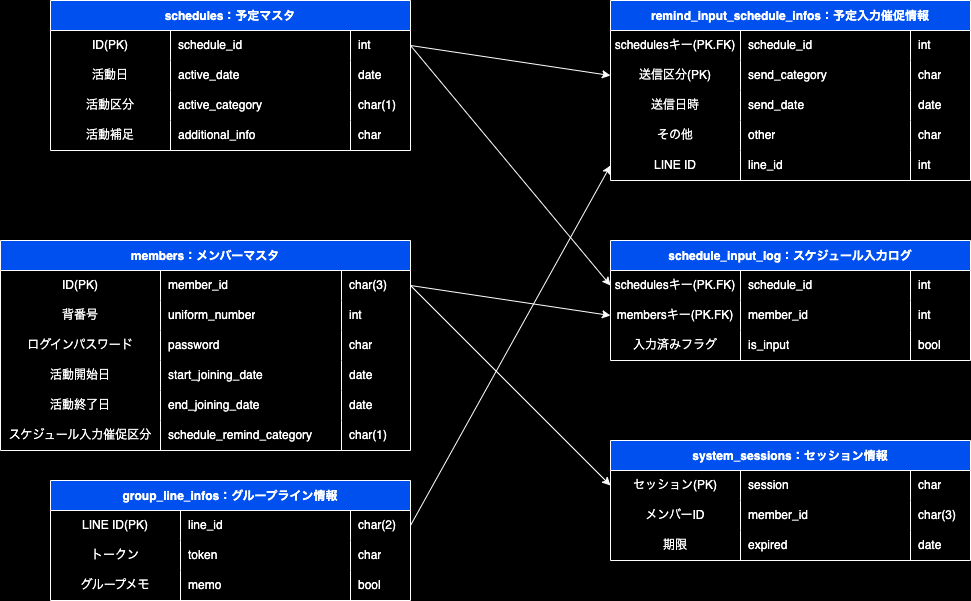
This is 03_テーブル/ER_figure.drawio.png from ShigaFreedom/document_freedom_system, a draw.io export, as it was before one commit. Source tidied: cells renumbered, new cells last; positions are measured from the earlier drawing's top-left corner, leaving out a move shared by most shapes.
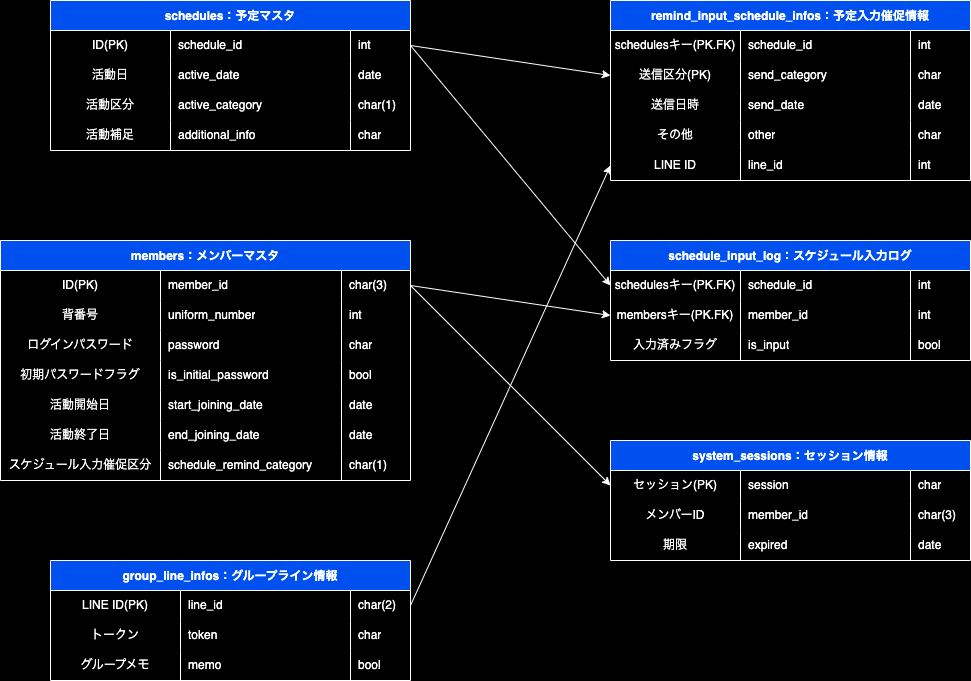
Above is the later version.

The edit, as a diff of the source:
```diff
@@ -117,7 +117,7 @@
       <mxGeometry x="300" width="60" height="30" as="geometry" />
     </mxCell>
     <mxCell id="40" value="members：メンバーマスタ" style="shape=table;startSize=30;rowLines=0;fontStyle=1;fillColor=#0050ef;fontColor=#FFFFFF;strokeColor=#FFFFFF;" parent="1" vertex="1">
-      <mxGeometry y="240" width="410" height="210" as="geometry" />
+      <mxGeometry y="240" width="410" height="240" as="geometry" />
     </mxCell>
     <mxCell id="41" style="shape=tableRow;horizontal=0;startSize=0;swimlaneHead=0;swimlaneBody=0;top=0;left=0;bottom=0;right=0;fillColor=none;points=[[0,0.5],[1,0.5]];portConstraint=eastwest;" parent="40" vertex="1">
       <mxGeometry y="30" width="410" height="30" as="geometry" />
@@ -155,8 +155,20 @@
     <mxCell id="52" value="char" style="shape=partialRectangle;html=1;whiteSpace=wrap;fillColor=none;top=0;left=0;bottom=0;right=0;align=left;spacingLeft=6;overflow=hidden;fontColor=#FFFFFF;" parent="49" vertex="1">
       <mxGeometry x="341" width="69" height="30" as="geometry" />
     </mxCell>
+    <mxCell id="109" style="shape=tableRow;horizontal=0;startSize=0;swimlaneHead=0;swimlaneBody=0;top=0;left=0;bottom=0;right=0;fillColor=none;" parent="40" vertex="1">
+      <mxGeometry y="120" width="410" height="30" as="geometry" />
+    </mxCell>
+    <mxCell id="110" value="初期パスワードフラグ" style="shape=partialRectangle;html=1;whiteSpace=wrap;fillColor=none;top=0;left=0;bottom=0;right=0;overflow=hidden;fontColor=#FFFFFF;" parent="109" vertex="1">
+      <mxGeometry width="160" height="30" as="geometry" />
+    </mxCell>
+    <mxCell id="111" value="is_initial_password" style="shape=partialRectangle;html=1;whiteSpace=wrap;fillColor=none;top=0;left=0;bottom=0;right=0;align=left;spacingLeft=6;overflow=hidden;fontColor=#FFFFFF;" parent="109" vertex="1">
+      <mxGeometry x="160" width="181" height="30" as="geometry" />
+    </mxCell>
+    <mxCell id="112" value="bool" style="shape=partialRectangle;html=1;whiteSpace=wrap;fillColor=none;top=0;left=0;bottom=0;right=0;align=left;spacingLeft=6;overflow=hidden;fontColor=#FFFFFF;" parent="109" vertex="1">
+      <mxGeometry x="341" width="69" height="30" as="geometry" />
+    </mxCell>
     <mxCell id="53" style="shape=tableRow;horizontal=0;startSize=0;swimlaneHead=0;swimlaneBody=0;top=0;left=0;bottom=0;right=0;fillColor=none;" parent="40" vertex="1">
-      <mxGeometry y="120" width="410" height="30" as="geometry" />
+      <mxGeometry y="150" width="410" height="30" as="geometry" />
     </mxCell>
     <mxCell id="54" value="活動開始日" style="shape=partialRectangle;html=1;whiteSpace=wrap;fillColor=none;top=0;left=0;bottom=0;right=0;overflow=hidden;fontColor=#FFFFFF;" parent="53" vertex="1">
       <mxGeometry width="160" height="30" as="geometry" />
@@ -168,7 +180,7 @@
       <mxGeometry x="341" width="69" height="30" as="geometry" />
     </mxCell>
     <mxCell id="57" style="shape=tableRow;horizontal=0;startSize=0;swimlaneHead=0;swimlaneBody=0;top=0;left=0;bottom=0;right=0;fillColor=none;" parent="40" vertex="1">
-      <mxGeometry y="150" width="410" height="30" as="geometry" />
+      <mxGeometry y="180" width="410" height="30" as="geometry" />
     </mxCell>
     <mxCell id="58" value="活動終了日" style="shape=partialRectangle;html=1;whiteSpace=wrap;fillColor=none;top=0;left=0;bottom=0;right=0;overflow=hidden;fontColor=#FFFFFF;" parent="57" vertex="1">
       <mxGeometry width="160" height="30" as="geometry" />
@@ -180,7 +192,7 @@
       <mxGeometry x="341" width="69" height="30" as="geometry" />
     </mxCell>
     <mxCell id="61" style="shape=tableRow;horizontal=0;startSize=0;swimlaneHead=0;swimlaneBody=0;top=0;left=0;bottom=0;right=0;fillColor=none;" parent="40" vertex="1">
-      <mxGeometry y="180" width="410" height="30" as="geometry" />
+      <mxGeometry y="210" width="410" height="30" as="geometry" />
     </mxCell>
     <mxCell id="62" value="スケジュール入力催促区分" style="shape=partialRectangle;html=1;whiteSpace=wrap;fillColor=none;top=0;left=0;bottom=0;right=0;overflow=hidden;fontColor=#FFFFFF;" parent="61" vertex="1">
       <mxGeometry width="160" height="30" as="geometry" />
@@ -242,7 +254,7 @@
       </mxGeometry>
     </mxCell>
     <mxCell id="81" value="group_line_infos：グループライン情報" style="shape=table;startSize=30;rowLines=0;fontStyle=1;fillColor=#0050ef;fontColor=#FFFFFF;strokeColor=#FFFFFF;" parent="1" vertex="1">
-      <mxGeometry x="50" y="480" width="360" height="120" as="geometry" />
+      <mxGeometry x="50" y="560" width="360" height="120" as="geometry" />
     </mxCell>
     <mxCell id="82" style="shape=tableRow;horizontal=0;startSize=0;swimlaneHead=0;swimlaneBody=0;top=0;left=0;bottom=0;right=0;fillColor=none;points=[[0,0.5],[1,0.5]];portConstraint=eastwest;" parent="81" vertex="1">
       <mxGeometry y="30" width="360" height="30" as="geometry" />
```
